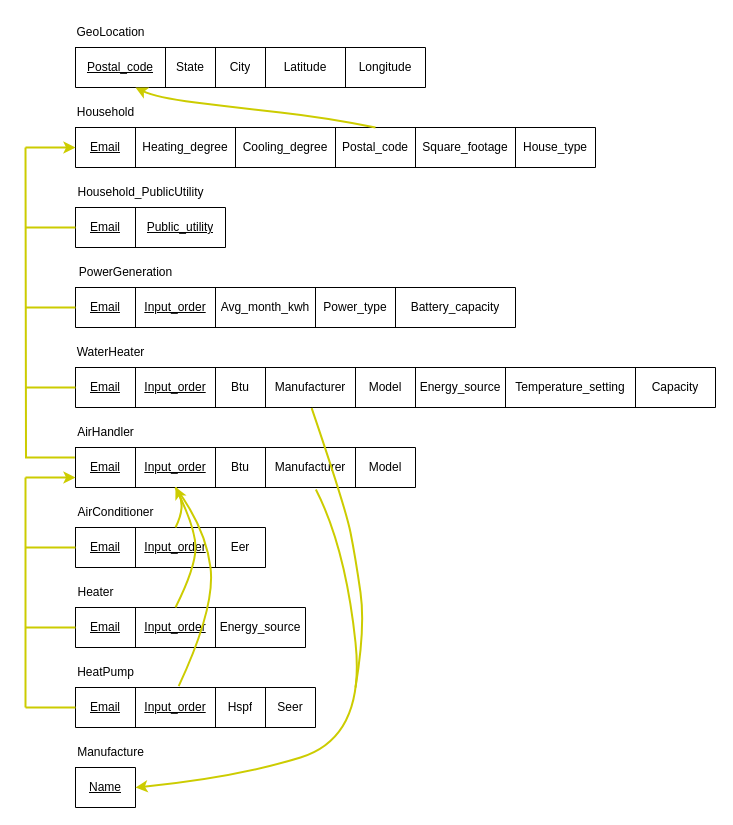
Above: eer2relation.drawio in isteven-shu/image-library (draw.io), before the change. Source tidied: cells renumbered, new cells numbered last; positions are measured from the earlier drawing's top-left corner, leaving out a move shared by most shapes. Both pictures are drawn from the tidied source at 100%, with x=0, y=0 at pixel (25, 17).
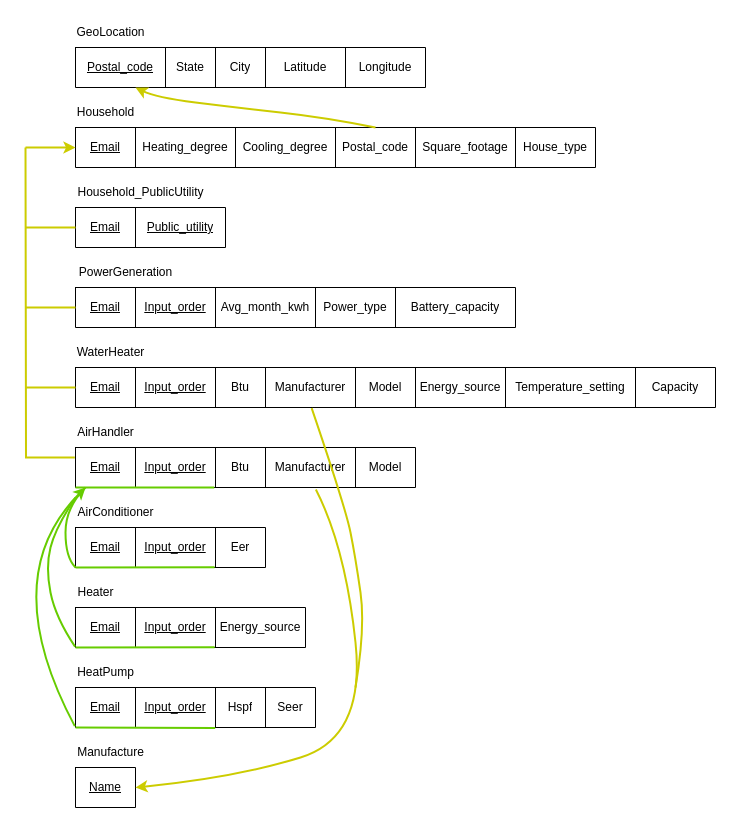
The same page after the edit.

Unchanged cells that the change refers to:
```xml
<mxCell id="44" style="shape=table;startSize=0;childLayout=tableLayout;" parent="1" vertex="1">
  <mxGeometry x="50" y="430" width="340" height="40" as="geometry" />
</mxCell>
<mxCell id="45" style="shape=tableRow;horizontal=0;startSize=0;swimlaneHead=0;swimlaneBody=0;strokeColor=inherit;top=0;left=0;bottom=0;right=0;fillColor=none;points=[[0,0.5],[1,0.5]];portConstraint=eastwest;" parent="44" vertex="1">
  <mxGeometry width="340" height="40" as="geometry" />
</mxCell>
<mxCell id="52" style="shape=table;startSize=0;childLayout=tableLayout;" parent="1" vertex="1">
  <mxGeometry x="50" y="510" width="190" height="40" as="geometry" />
</mxCell>
<mxCell id="53" style="shape=tableRow;horizontal=0;startSize=0;swimlaneHead=0;swimlaneBody=0;strokeColor=inherit;top=0;left=0;bottom=0;right=0;fillColor=none;points=[[0,0.5],[1,0.5]];portConstraint=eastwest;" parent="52" vertex="1">
  <mxGeometry width="190" height="40" as="geometry" />
</mxCell>
<mxCell id="59" style="shape=tableRow;horizontal=0;startSize=0;swimlaneHead=0;swimlaneBody=0;strokeColor=inherit;top=0;left=0;bottom=0;right=0;fillColor=none;points=[[0,0.5],[1,0.5]];portConstraint=eastwest;" parent="58" vertex="1">
  <mxGeometry width="230" height="40" as="geometry" />
</mxCell>
<mxCell id="65" style="shape=tableRow;horizontal=0;startSize=0;swimlaneHead=0;swimlaneBody=0;strokeColor=inherit;top=0;left=0;bottom=0;right=0;fillColor=none;points=[[0,0.5],[1,0.5]];portConstraint=eastwest;" parent="64" vertex="1">
  <mxGeometry width="240" height="40" as="geometry" />
</mxCell>
```

Change to the diagram source:
```diff
@@
-    <mxCell id="72" style="endArrow=none;html=1;rounded=0;strokeColor=#CCCC00;strokeWidth=2;" parent="1" edge="1">
-      <mxGeometry relative="1" as="geometry">
-        <mxPoint y="690" as="sourcePoint" />
-        <mxPoint y="460" as="targetPoint" />
-      </mxGeometry>
-    </mxCell>
-    <mxCell id="73" style="endArrow=none;html=1;rounded=0;entryX=0;entryY=0.5;entryDx=0;entryDy=0;strokeColor=#CCCC00;strokeWidth=2;" parent="1" edge="1" target="65">
-      <mxGeometry relative="1" as="geometry">
-        <mxPoint y="690" as="sourcePoint" />
-      </mxGeometry>
-    </mxCell>
@@
-    <mxCell id="77" style="endArrow=classic;html=1;rounded=0;entryX=0;entryY=0.75;entryDx=0;entryDy=0;strokeWidth=2;strokeColor=#CCCC00;entryPerimeter=0;startArrow=none;startFill=0;endFill=1;" parent="1" edge="1" target="45">
-      <mxGeometry relative="1" as="geometry">
-        <mxPoint y="460" as="sourcePoint" />
-      </mxGeometry>
-    </mxCell>
-    <mxCell id="78" style="endArrow=none;html=1;rounded=0;entryX=0;entryY=0.5;entryDx=0;entryDy=0;strokeColor=#CCCC00;strokeWidth=2;" parent="1" edge="1" target="53">
-      <mxGeometry relative="1" as="geometry">
-        <mxPoint y="530" as="sourcePoint" />
-      </mxGeometry>
-    </mxCell>
-    <mxCell id="79" style="endArrow=none;html=1;rounded=0;entryX=0;entryY=0.5;entryDx=0;entryDy=0;strokeColor=#CCCC00;strokeWidth=2;" parent="1" edge="1" target="59">
-      <mxGeometry relative="1" as="geometry">
-        <mxPoint y="610" as="sourcePoint" />
-      </mxGeometry>
-    </mxCell>
-    <mxCell id="80" style="curved=1;endArrow=classic;html=1;rounded=0;entryX=0.294;entryY=0.99;entryDx=0;entryDy=0;entryPerimeter=0;strokeColor=#CCCC00;strokeWidth=2;" parent="1" edge="1" target="44">
-      <mxGeometry relative="1" as="geometry">
-        <mxPoint x="150" y="510" as="sourcePoint" />
-        <Array as="points">
-          <mxPoint x="160" y="490" />
-        </Array>
-      </mxGeometry>
-    </mxCell>
-    <mxCell id="81" style="curved=1;endArrow=none;html=1;rounded=0;endFill=0;exitX=0.43;exitY=-0.036;exitDx=0;exitDy=0;exitPerimeter=0;strokeColor=#CCCC00;strokeWidth=2;" parent="1" edge="1" source="65">
-      <mxGeometry relative="1" as="geometry">
-        <mxPoint x="150" y="470" as="targetPoint" />
-        <Array as="points">
-          <mxPoint x="190" y="590" />
-          <mxPoint x="180" y="510" />
-        </Array>
-      </mxGeometry>
-    </mxCell>
-    <mxCell id="82" style="curved=1;endArrow=none;html=1;rounded=0;endFill=0;strokeColor=#CCCC00;strokeWidth=2;" parent="1" edge="1">
-      <mxGeometry relative="1" as="geometry">
-        <mxPoint x="150" y="590" as="sourcePoint" />
-        <mxPoint x="150" y="470" as="targetPoint" />
-        <Array as="points">
-          <mxPoint x="170" y="550" />
-          <mxPoint x="170" y="510" />
-        </Array>
-      </mxGeometry>
-    </mxCell>
@@
+    <mxCell id="90" style="endArrow=none;html=1;rounded=0;entryX=0.732;entryY=0.991;entryDx=0;entryDy=0;strokeColor=#66CC00;strokeWidth=2;entryPerimeter=0;" parent="1" edge="1" target="53">
+      <mxGeometry relative="1" as="geometry">
+        <mxPoint x="50" y="550" as="sourcePoint" />
+      </mxGeometry>
+    </mxCell>
+    <mxCell id="91" style="endArrow=none;html=1;rounded=0;entryX=0.605;entryY=0.991;entryDx=0;entryDy=0;strokeColor=#66CC00;strokeWidth=2;entryPerimeter=0;" parent="1" edge="1" target="59">
+      <mxGeometry relative="1" as="geometry">
+        <mxPoint x="50" y="630" as="sourcePoint" />
+      </mxGeometry>
+    </mxCell>
+    <mxCell id="92" style="endArrow=none;html=1;rounded=0;entryX=0.582;entryY=1.01;entryDx=0;entryDy=0;strokeColor=#66CC00;strokeWidth=2;entryPerimeter=0;" parent="1" edge="1" target="65">
+      <mxGeometry relative="1" as="geometry">
+        <mxPoint x="50" y="710" as="sourcePoint" />
+      </mxGeometry>
+    </mxCell>
+    <mxCell id="93" style="endArrow=none;html=1;rounded=0;entryX=0.408;entryY=1.003;entryDx=0;entryDy=0;strokeColor=#66CC00;strokeWidth=2;entryPerimeter=0;" parent="1" edge="1" target="45">
+      <mxGeometry relative="1" as="geometry">
+        <mxPoint x="50" y="470" as="sourcePoint" />
+      </mxGeometry>
+    </mxCell>
+    <mxCell id="94" style="curved=1;endArrow=classic;html=1;rounded=0;exitX=-0.003;exitY=0.965;exitDx=0;exitDy=0;exitPerimeter=0;strokeColor=#66CC00;strokeWidth=2;" parent="1" edge="1" source="65">
+      <mxGeometry relative="1" as="geometry">
+        <mxPoint x="60" y="470" as="targetPoint" />
+        <Array as="points">
+          <mxPoint x="-30" y="560" />
+        </Array>
+      </mxGeometry>
+    </mxCell>
+    <mxCell id="95" style="curved=1;endArrow=none;html=1;rounded=0;endFill=0;exitX=-0.002;exitY=0.978;exitDx=0;exitDy=0;exitPerimeter=0;strokeWidth=2;strokeColor=#66CC00;" parent="1" edge="1" source="59">
+      <mxGeometry relative="1" as="geometry">
+        <mxPoint x="50" y="480" as="targetPoint" />
+        <Array as="points">
+          <mxPoint x="30" y="600" />
+          <mxPoint x="20" y="550" />
+          <mxPoint x="30" y="510" />
+        </Array>
+      </mxGeometry>
+    </mxCell>
+    <mxCell id="96" style="curved=1;endArrow=none;html=1;rounded=0;endFill=0;exitX=0;exitY=1;exitDx=0;exitDy=0;strokeWidth=2;strokeColor=#66CC00;" parent="1" edge="1" source="52">
+      <mxGeometry relative="1" as="geometry">
+        <mxPoint x="60" y="470" as="targetPoint" />
+        <Array as="points">
+          <mxPoint x="40" y="540" />
+          <mxPoint x="40" y="490" />
+        </Array>
+      </mxGeometry>
+    </mxCell>
```
